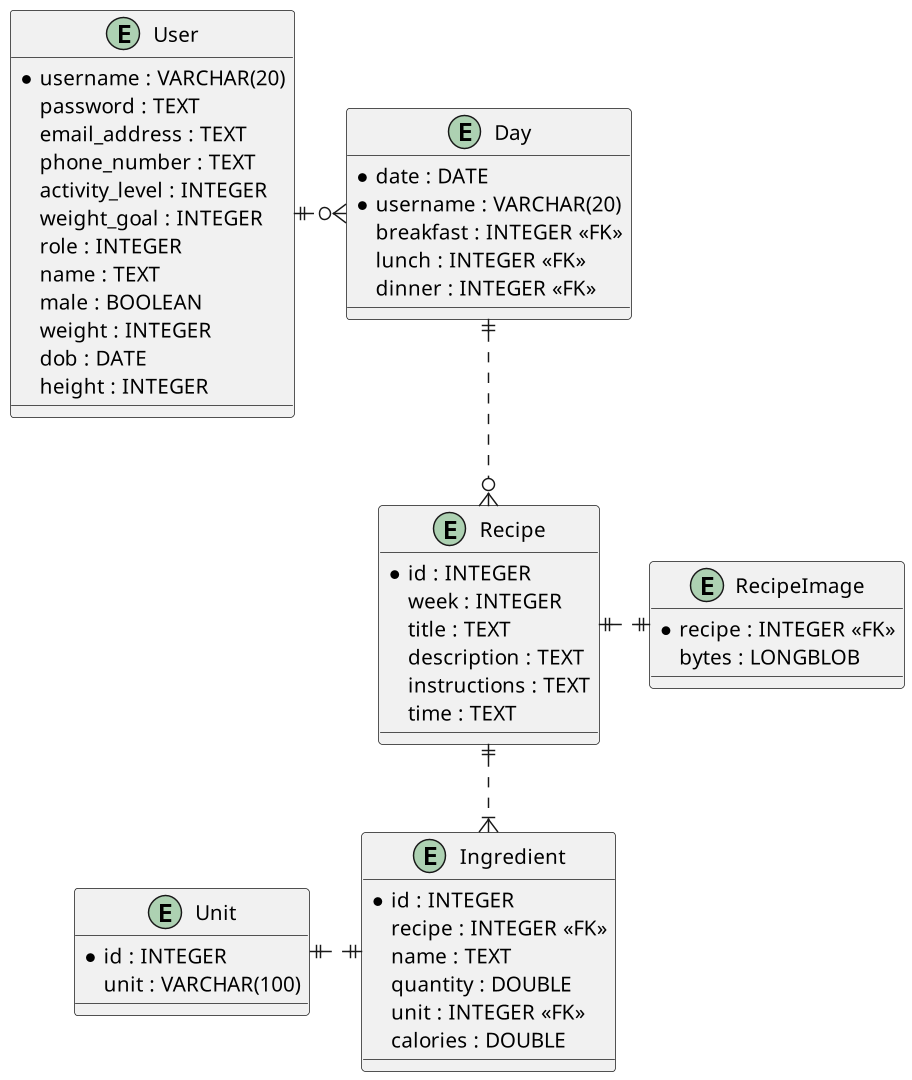
The PlantUML diagram diagram/entity-relationship.png in sofush/kostplan, before a commit.
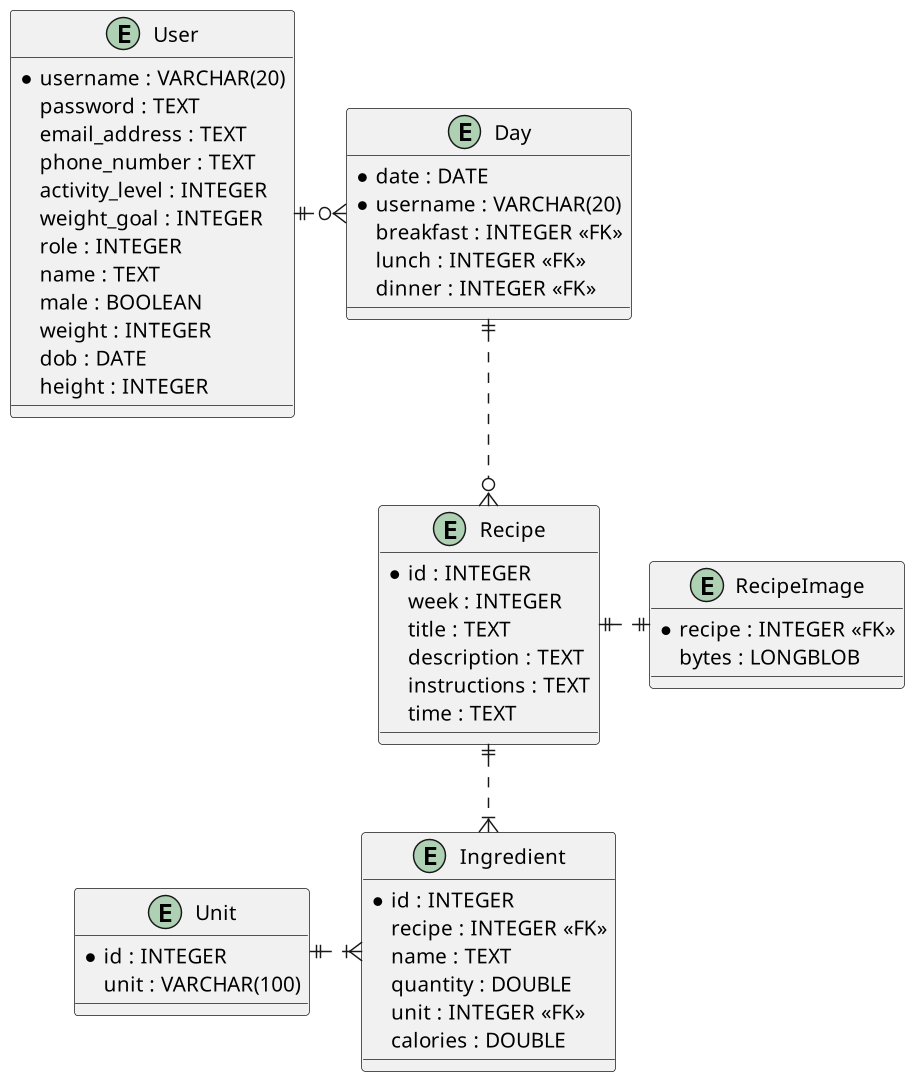
After the change.

Change to the diagram source:
```diff
@@ -49,5 +49,5 @@
 Day ||..o{ Recipe
 Recipe ||.r.|| RecipeImage
 Recipe ||..|{ Ingredient
-Ingredient ||.l.|| Unit
+Ingredient }|.l.|| Unit
 @enduml
```
